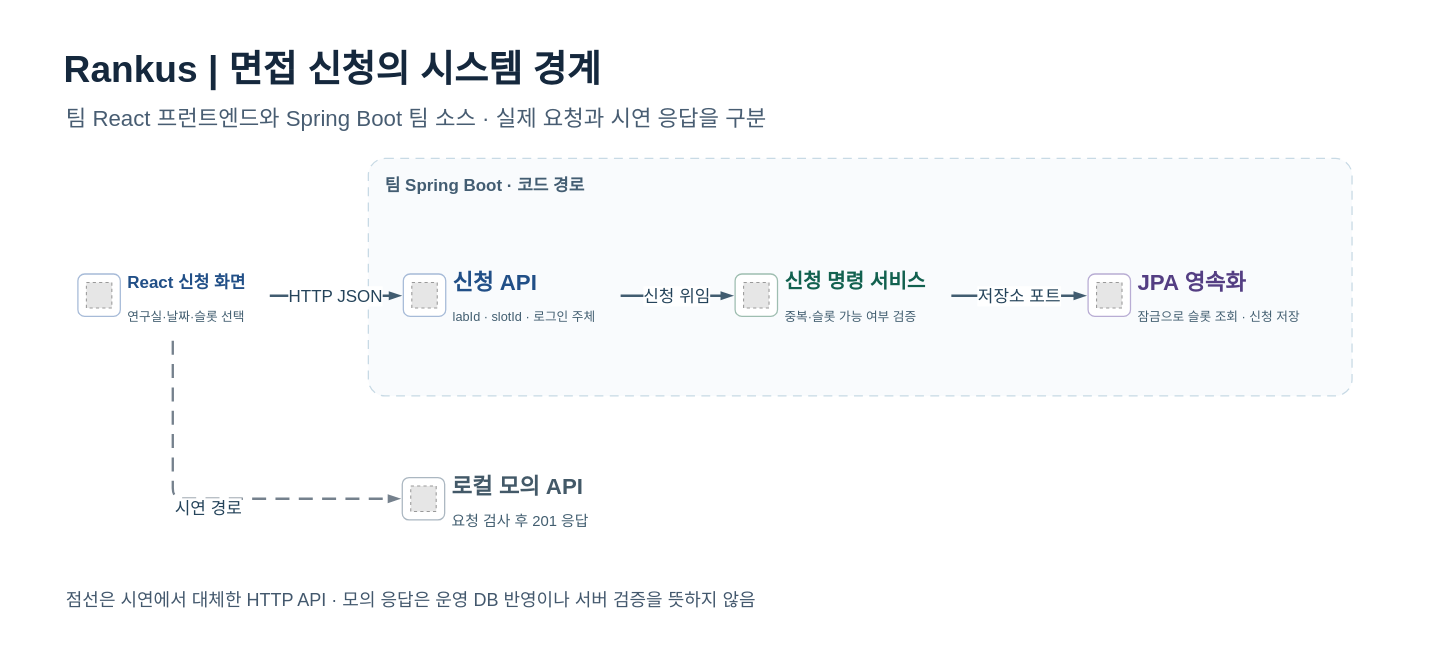
Earlier version of the draw.io diagram docs/portfolio-readme/assets/rankus-system.drawio (Hanshin-univ-Rankus/rankus-backend). Source tidied: cells renumbered, new cells numbered last; positions are measured from the earlier drawing's top-left corner, leaving out a move shared by most shapes. Both pictures are drawn from the tidied source at 106%, with x=0, y=0 at pixel (18, 18). Pictures stored in the file or linked from it are replaced by grey dashed boxes.
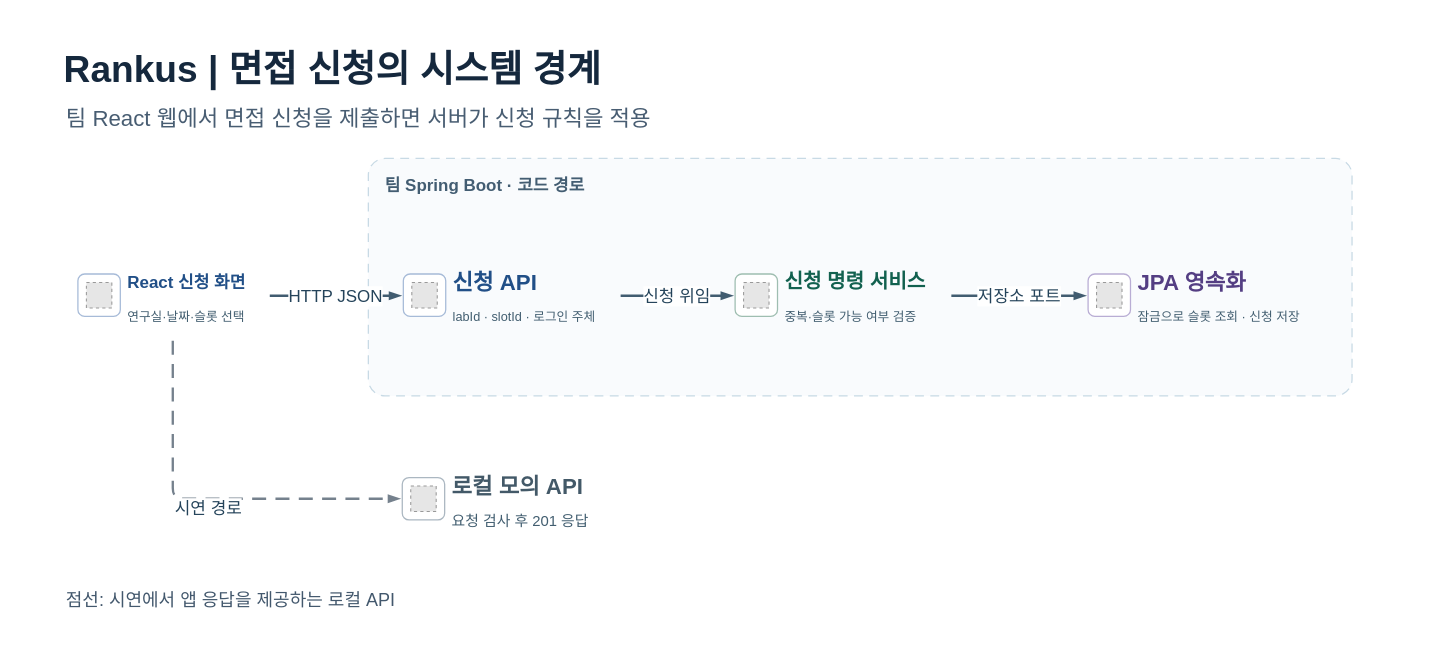
The same diagram, later.

The edit, as a diff of the source:
```diff
@@
-    <mxCell id="4" value="팀 React 프런트엔드와 Spring Boot 팀 소스 · 실제 요청과 시연 응답을 구분" style="text;html=0;strokeColor=none;fillColor=none;whiteSpace=wrap;align=left;verticalAlign=middle;spacing=0;fontColor=#485D72;fontSize=21;fontStyle=0;fontFamily=Arial;" parent="1" vertex="1">
+    <mxCell id="4" value="팀 React 웹에서 면접 신청을 제출하면 서버가 신청 규칙을 적용" style="text;html=0;strokeColor=none;fillColor=none;whiteSpace=wrap;align=left;verticalAlign=middle;spacing=0;fontColor=#485D72;fontSize=21;fontStyle=0;fontFamily=Arial;" parent="1" vertex="1">
       <mxGeometry x="45" y="74" width="1230" height="39" as="geometry" />
     </mxCell>
@@
-    <mxCell id="35" value="점선은 시연에서 대체한 HTTP API · 모의 응답은 운영 DB 반영이나 서버 검증을 뜻하지 않음" style="text;html=0;strokeColor=none;fillColor=none;whiteSpace=wrap;align=left;verticalAlign=middle;spacing=0;fontColor=#43586D;fontSize=17;fontStyle=0;fontFamily=Arial;" parent="1" vertex="1">
+    <mxCell id="35" value="점선: 시연에서 앱 응답을 제공하는 로컬 API" style="text;html=0;strokeColor=none;fillColor=none;whiteSpace=wrap;align=left;verticalAlign=middle;spacing=0;fontColor=#43586D;fontSize=17;fontStyle=0;fontFamily=Arial;" parent="1" vertex="1">
       <mxGeometry x="45" y="531" width="1230" height="38" as="geometry" />
     </mxCell>
```
